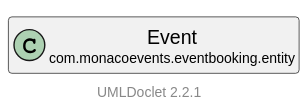
This is docs/uml/com/monacoevents/eventbooking/entity/Event.svg from LorisDrid/event-booking-api, a PlantUML export, as it was before one commit.
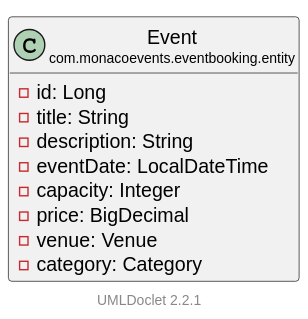
The same diagram one commit later.

Change to the diagram source:
```diff
@@ -8,6 +8,14 @@
     hide empty methods
 
     class "<size:14>Event\n<size:10>com.monacoevents.eventbooking.entity" as com.monacoevents.eventbooking.entity.Event [[..\..\..\..\..\..\target\reports\apidocs\com\monacoevents\eventbooking\entity\Event.html]] {
+        -id: Long
+        -title: String
+        -description: String
+        -eventDate: LocalDateTime
+        -capacity: Integer
+        -price: BigDecimal
+        -venue: Venue
+        -category: Category
     }
 
     <style>
```
